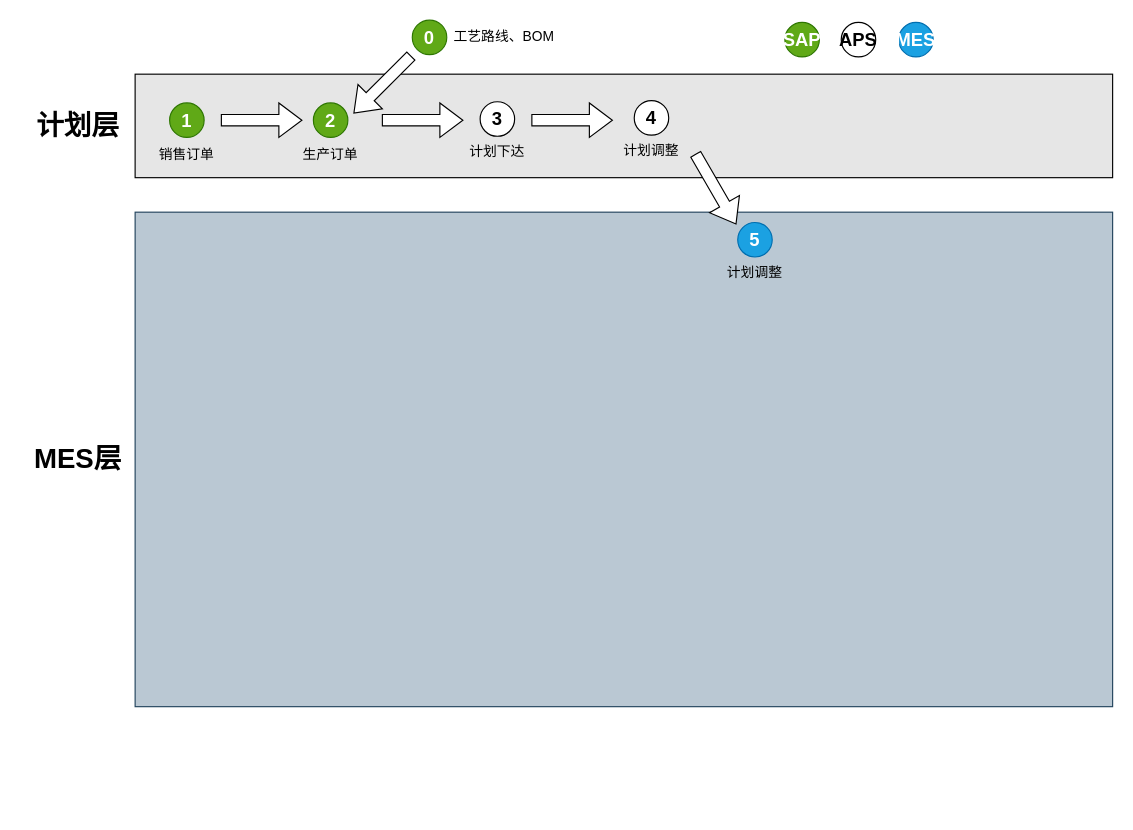
The draw.io diagram MES.drawio in CJyoung524/DrawIO, before the edit. Source tidied: cells renumbered, new cells numbered last; positions are measured from the earlier drawing's top-left corner, leaving out a move shared by most shapes. Both pictures are drawn from the tidied source at 115%, with x=0, y=0 at pixel (20, 20).
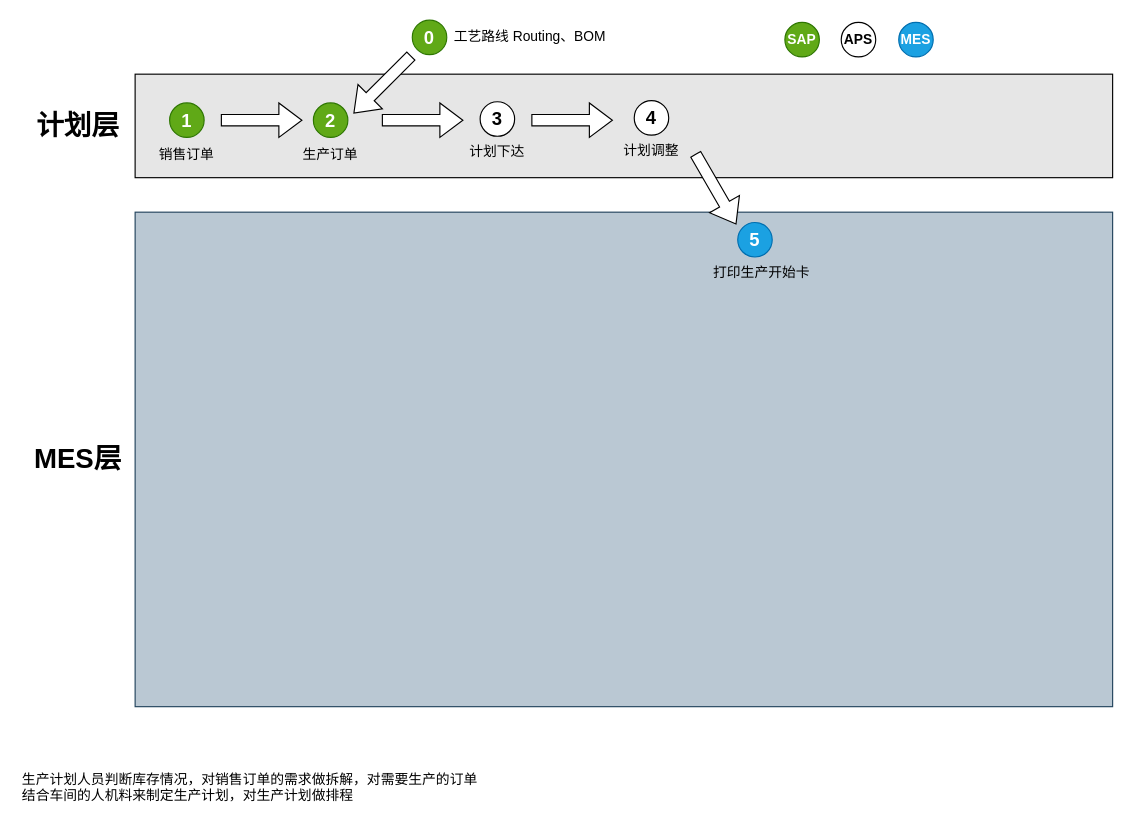
The same diagram, later.

The edit, as a diff of the source:
```diff
@@
     <mxCell id="11" style="group;" parent="1" vertex="1">
-      <mxGeometry x="326" width="130" height="60" as="geometry" />
+      <mxGeometry x="326" width="190" height="60" as="geometry" />
     </mxCell>
@@
-    <mxCell id="13" value="工艺路线、BOM" style="text;html=1;align=center;verticalAlign=middle;whiteSpace=wrap;rounded=0;" parent="11" vertex="1">
-      <mxGeometry x="30" width="130" height="30" as="geometry" />
+    <mxCell id="13" value="工艺路线&amp;nbsp;Routing、BOM" style="text;html=1;align=center;verticalAlign=middle;whiteSpace=wrap;rounded=0;" parent="11" vertex="1">
+      <mxGeometry x="45" width="145" height="30" as="geometry" />
     </mxCell>
@@
-    <mxCell id="16" value="SAP" style="ellipse;whiteSpace=wrap;html=1;rotation=0;strokeColor=#2D7600;gradientDirection=east;fillColor=#60a917;rounded=0;fontFamily=Helvetica;fontSize=16;spacingTop=4;spacingBottom=4;spacingLeft=4;spacingRight=4;fontStyle=1;fontColor=#ffffff;" parent="1" vertex="1">
+    <mxCell id="16" value="SAP" style="ellipse;whiteSpace=wrap;html=1;rotation=0;strokeColor=#2D7600;gradientDirection=east;fillColor=#60a917;rounded=0;fontFamily=Helvetica;fontSize=12;spacingTop=4;spacingBottom=4;spacingLeft=4;spacingRight=4;fontStyle=1;fontColor=#ffffff;" parent="1" vertex="1">
       <mxGeometry x="665" y="2" width="30" height="30" as="geometry" />
     </mxCell>
@@
-    <mxCell id="26" value="APS" style="ellipse;whiteSpace=wrap;html=1;rotation=0;gradientDirection=east;rounded=0;fontFamily=Helvetica;fontSize=16;spacingTop=4;spacingBottom=4;spacingLeft=4;spacingRight=4;fontStyle=1;" parent="1" vertex="1">
+    <mxCell id="26" value="APS" style="ellipse;whiteSpace=wrap;html=1;rotation=0;gradientDirection=east;rounded=0;fontFamily=Helvetica;fontSize=12;spacingTop=4;spacingBottom=4;spacingLeft=4;spacingRight=4;fontStyle=1;" parent="1" vertex="1">
       <mxGeometry x="714" y="2" width="30" height="30" as="geometry" />
     </mxCell>
@@
     <mxCell id="29" style="group;" parent="1" vertex="1">
-      <mxGeometry x="609" y="175" width="62" height="60" as="geometry" />
+      <mxGeometry x="609" y="175" width="90" height="60" as="geometry" />
     </mxCell>
     <mxCell id="30" style="group;" parent="29" vertex="1">
-      <mxGeometry width="62" height="60" as="geometry" />
+      <mxGeometry width="90" height="60" as="geometry" />
     </mxCell>
-    <mxCell id="31" value="计划调整" style="text;html=1;align=center;verticalAlign=middle;whiteSpace=wrap;rounded=0;" parent="30" vertex="1">
-      <mxGeometry y="30" width="60" height="30" as="geometry" />
+    <mxCell id="31" value="打印生产开始卡" style="text;html=1;align=center;verticalAlign=middle;whiteSpace=wrap;rounded=0;" parent="30" vertex="1">
+      <mxGeometry x="-9" y="30" width="90" height="30" as="geometry" />
     </mxCell>
@@
-    <mxCell id="33" value="MES" style="ellipse;whiteSpace=wrap;html=1;rotation=0;gradientDirection=east;rounded=0;fontFamily=Helvetica;fontSize=16;spacingTop=4;spacingBottom=4;spacingLeft=4;spacingRight=4;fontStyle=1;fillColor=#1ba1e2;fontColor=#ffffff;strokeColor=#006EAF;" parent="1" vertex="1">
+    <mxCell id="33" value="MES" style="ellipse;whiteSpace=wrap;html=1;rotation=0;gradientDirection=east;rounded=0;fontFamily=Helvetica;fontSize=12;spacingTop=4;spacingBottom=4;spacingLeft=4;spacingRight=4;fontStyle=1;fillColor=#1ba1e2;fontColor=#ffffff;strokeColor=#006EAF;" parent="1" vertex="1">
       <mxGeometry x="764" y="2" width="30" height="30" as="geometry" />
     </mxCell>
@@
+    <mxCell id="35" value="生产计划人员判断库存情况，对销售订单的需求做拆解，对需要生产的订单&#10;结合车间的人机料来制定生产计划，对生产计划做排程" style="text;whiteSpace=wrap;" parent="1" vertex="1">
+      <mxGeometry y="647" width="430" height="40" as="geometry" />
+    </mxCell>
```
